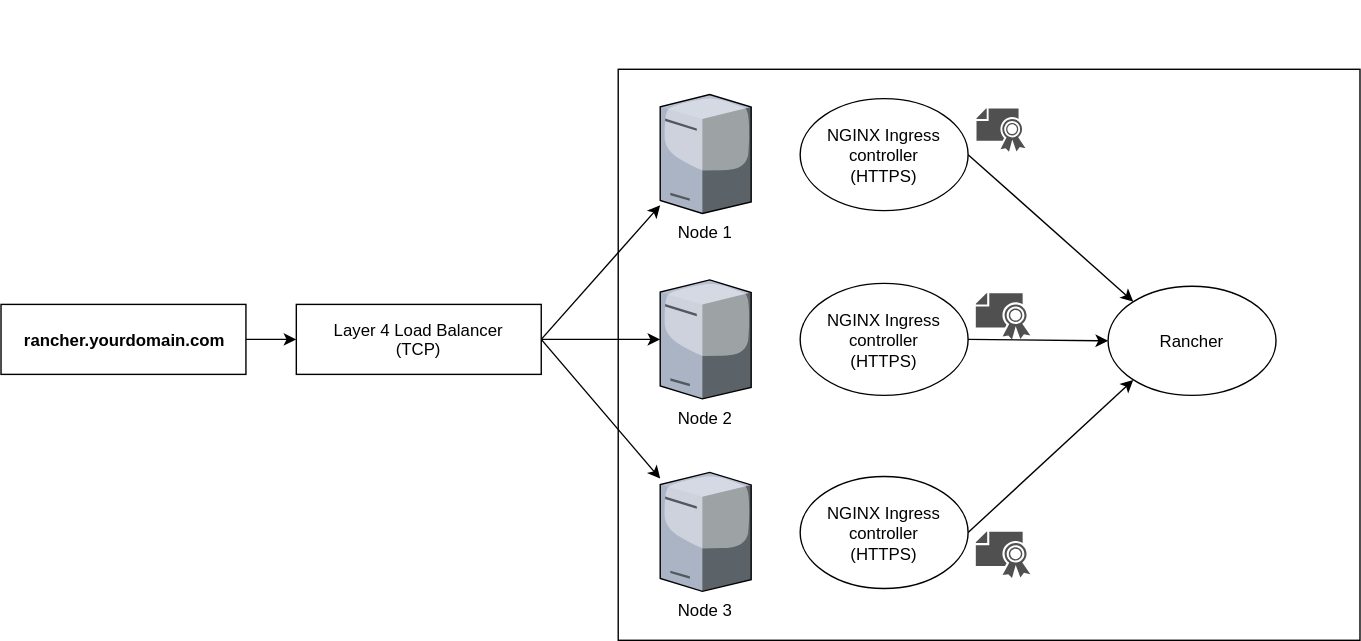
Above: src/img/rancher/ha/rancher2ha.svg in pytomtoto/docs (draw.io), before the change. Source tidied: cells renumbered, new cells last; positions are measured from the earlier drawing's top-left corner, leaving out a move shared by most shapes.
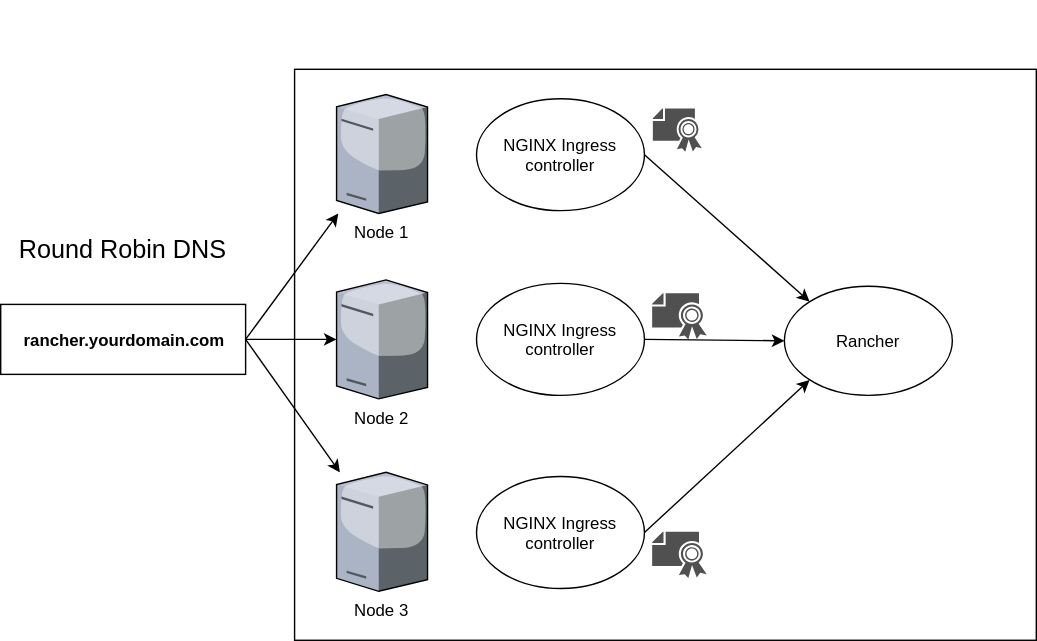
The same file after the commit.

Diff of the diagram source:
```diff
@@ -18,15 +18,15 @@
       <mxGeometry x="471" y="330" width="65" height="85" as="geometry" />
     </mxCell>
     <mxCell id="7" value="rancher.yourdomain.com&lt;br&gt;" style="rounded=0;whiteSpace=wrap;html=1;strokeColor=#000000;fontStyle=1;" parent="1" vertex="1">
-      <mxGeometry y="210" width="175" height="50" as="geometry" />
+      <mxGeometry x="231" y="210" width="175" height="50" as="geometry" />
     </mxCell>
-    <mxCell id="8" style="endArrow=classic;html=1;exitX=1;exitY=0.5;" parent="1" edge="1" source="22" target="4">
+    <mxCell id="8" style="endArrow=classic;html=1;exitX=1;exitY=0.5;" parent="1" edge="1" source="7" target="4">
       <mxGeometry relative="1" as="geometry" />
     </mxCell>
-    <mxCell id="9" style="endArrow=classic;html=1;exitX=1;exitY=0.5;" parent="1" edge="1" source="22" target="5">
+    <mxCell id="9" style="endArrow=classic;html=1;" parent="1" edge="1" source="7" target="5">
       <mxGeometry relative="1" as="geometry" />
     </mxCell>
-    <mxCell id="10" style="endArrow=classic;html=1;exitX=1;exitY=0.5;" parent="1" edge="1" source="22" target="6">
+    <mxCell id="10" style="endArrow=classic;html=1;exitX=1;exitY=0.5;" parent="1" edge="1" source="7" target="6">
       <mxGeometry relative="1" as="geometry" />
     </mxCell>
     <mxCell id="11" style="edgeStyle=orthogonalEdgeStyle;rounded=0;html=1;exitX=0.5;exitY=0;entryX=0.5;entryY=0;jettySize=auto;orthogonalLoop=1;" parent="1" edge="1">
@@ -35,13 +35,13 @@
         <mxPoint x="571" as="targetPoint" />
       </mxGeometry>
     </mxCell>
-    <mxCell id="12" value="NGINX Ingress controller&lt;br&gt;(HTTPS)&lt;br&gt;" style="ellipse;whiteSpace=wrap;html=1;strokeColor=#000000;" parent="1" vertex="1">
+    <mxCell id="12" value="NGINX Ingress controller" style="ellipse;whiteSpace=wrap;html=1;strokeColor=#000000;" parent="1" vertex="1">
       <mxGeometry x="571" y="62.5" width="120" height="80" as="geometry" />
     </mxCell>
-    <mxCell id="13" value="NGINX Ingress controller&lt;br&gt;(HTTPS)&lt;br&gt;" style="ellipse;whiteSpace=wrap;html=1;strokeColor=#000000;" parent="1" vertex="1">
+    <mxCell id="13" value="NGINX Ingress controller" style="ellipse;whiteSpace=wrap;html=1;strokeColor=#000000;" parent="1" vertex="1">
       <mxGeometry x="571" y="195" width="120" height="80" as="geometry" />
     </mxCell>
-    <mxCell id="14" value="NGINX Ingress controller&lt;br&gt;(HTTPS)&lt;br&gt;" style="ellipse;whiteSpace=wrap;html=1;strokeColor=#000000;" parent="1" vertex="1">
+    <mxCell id="14" value="NGINX Ingress controller" style="ellipse;whiteSpace=wrap;html=1;strokeColor=#000000;" parent="1" vertex="1">
       <mxGeometry x="571" y="332.5" width="120" height="80" as="geometry" />
     </mxCell>
     <mxCell id="15" style="shadow=0;dashed=0;html=1;strokeColor=none;fillColor=#505050;labelPosition=center;verticalLabelPosition=bottom;verticalAlign=top;shape=mxgraph.office.security.certificate;" parent="1" vertex="1">
@@ -65,11 +65,8 @@
     <mxCell id="21" style="shadow=0;dashed=0;html=1;strokeColor=none;fillColor=#505050;labelPosition=center;verticalLabelPosition=bottom;verticalAlign=top;shape=mxgraph.office.security.certificate;" parent="1" vertex="1">
       <mxGeometry x="696.5" y="372.5" width="39" height="33" as="geometry" />
     </mxCell>
-    <mxCell id="22" value="Layer 4 Load Balancer&lt;br&gt;(TCP)&lt;br&gt;" style="rounded=0;whiteSpace=wrap;html=1;strokeColor=#000000;fontStyle=0;" parent="1" vertex="1">
-      <mxGeometry x="211" y="210" width="175" height="50" as="geometry" />
-    </mxCell>
-    <mxCell id="23" style="endArrow=classic;html=1;entryX=0;entryY=0.5;exitX=1;exitY=0.5;" parent="1" edge="1" source="7" target="22">
-      <mxGeometry relative="1" as="geometry" />
-    </mxCell>
+    <mxCell id="24" value="&lt;font style=&quot;font-size: 18px&quot;&gt;Round Robin DNS&lt;/font&gt;" style="text;html=1;strokeColor=none;fillColor=none;align=center;verticalAlign=middle;whiteSpace=wrap;rounded=0;" parent="1" vertex="1">
+      <mxGeometry x="242" y="160" width="153" height="20" as="geometry" />
+    </mxCell>
   </root>
 </mxGraphModel>
```
